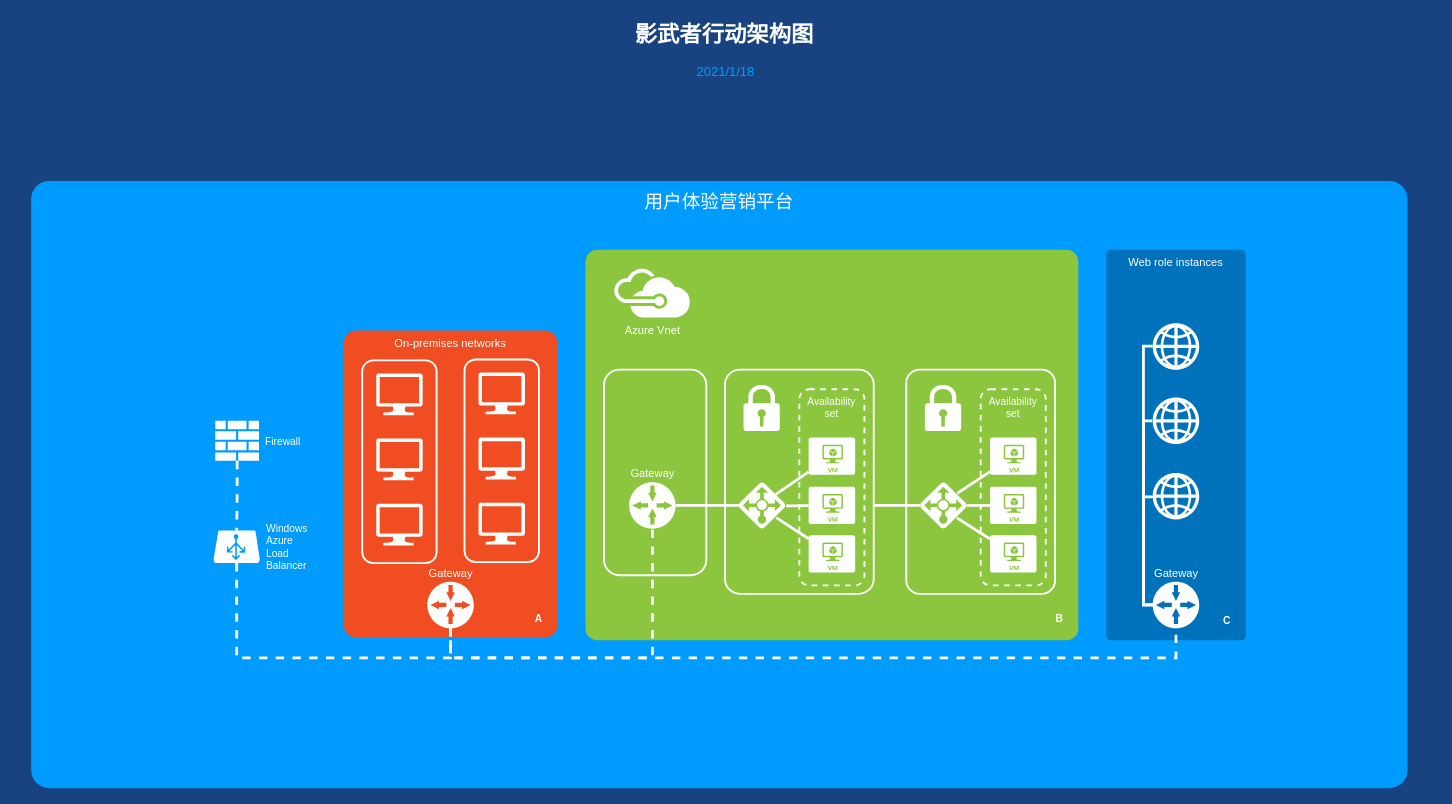
The draw.io diagram resources/Untitled Diagram.drawio in WeideMo/drawsPool, before the edit. Source tidied: cells renumbered, new cells numbered last; positions are measured from the earlier drawing's top-left corner, leaving out a move shared by most shapes. Both pictures are drawn from the tidied source at 93%, with x=0, y=0 at pixel (16, 16). Pictures stored in the file or linked from it are replaced by grey dashed boxes.
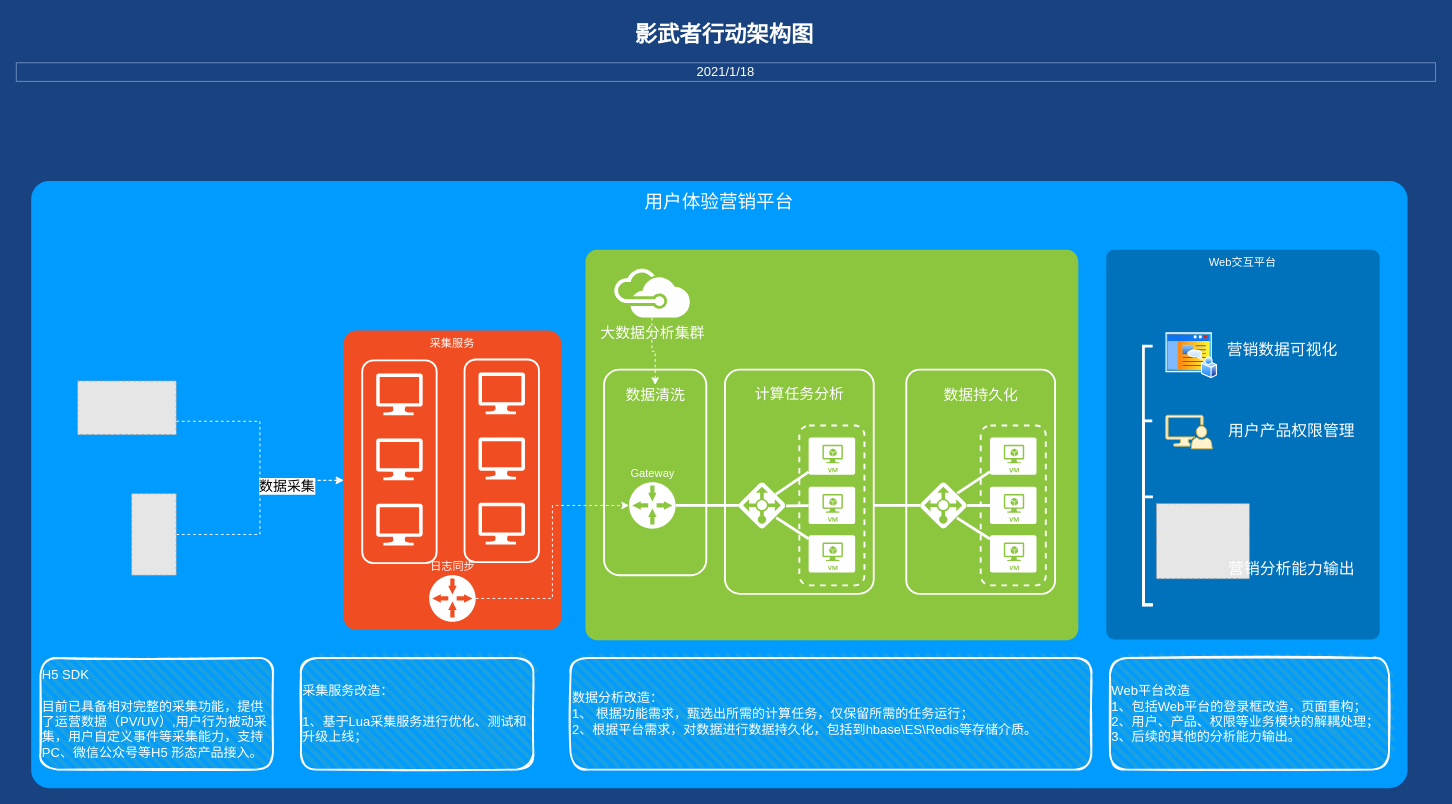
The same page after the edit.

Unchanged cells that the change refers to:
```xml
<mxCell id="14" value="Gateway" style="shadow=0;dashed=0;html=1;strokeColor=none;shape=mxgraph.mscae.enterprise.gateway;fillColor=#FFFFFF;rounded=0;fontSize=12;fontColor=#FFFFFF;align=center;labelPosition=center;verticalLabelPosition=top;verticalAlign=bottom;" parent="1" vertex="1">
  <mxGeometry x="659" y="501" width="50" height="50" as="geometry" />
</mxCell>
```

Change to the diagram source:
```diff
@@
-    <mxCell id="3" value="Web role instances" style="rounded=1;whiteSpace=wrap;html=1;shadow=0;strokeWidth=2;fillColor=#0072BC;fontSize=12;fontColor=#FFFFFF;align=center;strokeColor=none;arcSize=3;verticalAlign=top;" parent="1" vertex="1">
-      <mxGeometry x="1172" y="251" width="150" height="420" as="geometry" />
+    <mxCell id="3" value="Web交互平台" style="rounded=1;whiteSpace=wrap;html=1;shadow=0;strokeWidth=2;fillColor=#0072BC;fontSize=12;fontColor=#FFFFFF;align=center;strokeColor=none;arcSize=3;verticalAlign=top;" parent="1" vertex="1">
+      <mxGeometry x="1172" y="251" width="294" height="419" as="geometry" />
     </mxCell>
@@
-    <mxCell id="6" value="Availability set" style="rounded=1;whiteSpace=wrap;html=1;shadow=0;strokeWidth=2;fillColor=none;fontSize=11;fontColor=#FFFFFF;align=center;strokeColor=#FFFFFF;dashed=1;verticalAlign=top;" parent="1" vertex="1">
-      <mxGeometry x="842" y="401" width="70" height="211" as="geometry" />
+    <mxCell id="6" style="rounded=1;whiteSpace=wrap;html=1;shadow=0;strokeWidth=2;fillColor=none;fontSize=11;fontColor=#FFFFFF;align=center;strokeColor=#FFFFFF;dashed=1;verticalAlign=top;" parent="1" vertex="1">
+      <mxGeometry x="842" y="440" width="70" height="172" as="geometry" />
     </mxCell>
-    <mxCell id="7" value="On-premises networks" style="rounded=1;whiteSpace=wrap;html=1;shadow=0;strokeWidth=2;fillColor=#F04D22;fontSize=12;fontColor=#FFFFFF;align=center;strokeColor=none;arcSize=6;verticalAlign=top;" parent="1" vertex="1">
-      <mxGeometry x="352" y="338" width="230" height="330" as="geometry" />
+    <mxCell id="7" value="采集服务" style="rounded=1;whiteSpace=wrap;html=1;shadow=0;strokeWidth=2;fillColor=#F04D22;fontSize=12;fontColor=#FFFFFF;align=center;strokeColor=none;arcSize=6;verticalAlign=top;" parent="1" vertex="1">
+      <mxGeometry x="352" y="338" width="234" height="322" as="geometry" />
     </mxCell>
@@
-    <mxCell id="15" style="shadow=0;dashed=0;html=1;strokeColor=none;shape=mxgraph.mscae.enterprise.lock;fillColor=#FFFFFF;rounded=0;fontSize=12;fontColor=#000000;align=center;" parent="1" vertex="1">
-      <mxGeometry x="782" y="396" width="39" height="50" as="geometry" />
-    </mxCell>
@@
+    <mxCell id="58" style="edgeStyle=orthogonalEdgeStyle;rounded=0;jettySize=auto;html=1;dashed=1;strokeColor=#FFFFFF;" parent="1" edge="1" source="23" target="66">
+      <mxGeometry relative="1" as="geometry" />
+    </mxCell>
-    <mxCell id="23" value="Azure Vnet" style="shadow=0;dashed=0;html=1;strokeColor=none;fillColor=#FFFFFF;labelPosition=center;verticalLabelPosition=bottom;verticalAlign=top;shape=mxgraph.office.clouds.azure;rounded=1;fontSize=12;fontColor=#FFFFFF;align=center;" parent="1" vertex="1">
+    <mxCell id="23" value="&lt;font style=&quot;font-size: 16px&quot;&gt;大数据分析集群&lt;/font&gt;" style="shadow=0;dashed=0;html=1;strokeColor=none;fillColor=#FFFFFF;labelPosition=center;verticalLabelPosition=bottom;verticalAlign=top;shape=mxgraph.office.clouds.azure;rounded=1;fontSize=12;fontColor=#FFFFFF;align=center;" parent="1" vertex="1">
       <mxGeometry x="642" y="271" width="83" height="53" as="geometry" />
     </mxCell>
@@
-    <mxCell id="28" style="edgeStyle=orthogonalEdgeStyle;html=1;startArrow=none;startFill=0;startSize=10;endArrow=none;endFill=0;endSize=10;strokeWidth=3;fontSize=11;fontColor=#FFFFFF;strokeColor=#FFFFFF;dashed=1;rounded=0;" parent="1" edge="1" source="29" target="14">
-      <mxGeometry relative="1" as="geometry">
-        <Array as="points">
-          <mxPoint x="467" y="690" />
-          <mxPoint x="684" y="690" />
-        </Array>
-      </mxGeometry>
-    </mxCell>
-    <mxCell id="29" value="Gateway" style="shadow=0;dashed=0;html=1;strokeColor=none;shape=mxgraph.mscae.enterprise.gateway;fillColor=#FFFFFF;rounded=0;fontSize=12;fontColor=#FFFFFF;align=center;labelPosition=center;verticalLabelPosition=top;verticalAlign=bottom;" parent="1" vertex="1">
-      <mxGeometry x="442" y="608" width="50" height="50" as="geometry" />
-    </mxCell>
@@
-    <mxCell id="31" value="&lt;span&gt;Availability set&lt;/span&gt;" style="rounded=1;whiteSpace=wrap;html=1;shadow=0;strokeWidth=2;fillColor=none;fontSize=11;fontColor=#FFFFFF;align=center;strokeColor=#FFFFFF;dashed=1;verticalAlign=top;" parent="1" vertex="1">
-      <mxGeometry x="1037" y="401" width="70" height="211" as="geometry" />
+    <mxCell id="31" style="rounded=1;whiteSpace=wrap;html=1;shadow=0;strokeWidth=2;fillColor=none;fontSize=11;fontColor=#FFFFFF;align=center;strokeColor=#FFFFFF;dashed=1;verticalAlign=top;" parent="1" vertex="1">
+      <mxGeometry x="1037" y="440" width="70" height="172" as="geometry" />
     </mxCell>
-    <mxCell id="32" style="shadow=0;dashed=0;html=1;strokeColor=none;shape=mxgraph.mscae.enterprise.lock;fillColor=#FFFFFF;rounded=0;fontSize=12;fontColor=#000000;align=center;" parent="1" vertex="1">
-      <mxGeometry x="977" y="396" width="39" height="50" as="geometry" />
-    </mxCell>
@@
-    <mxCell id="41" style="edgeStyle=orthogonalEdgeStyle;html=1;startArrow=none;startFill=0;startSize=10;endArrow=none;endFill=0;endSize=10;strokeWidth=3;fontSize=11;fontColor=#FFFFFF;strokeColor=#FFFFFF;dashed=1;rounded=0;" parent="1" edge="1" source="42" target="45">
-      <mxGeometry relative="1" as="geometry" />
-    </mxCell>
-    <mxCell id="42" value="Firewall" style="shadow=0;dashed=0;html=1;strokeColor=none;labelPosition=right;verticalLabelPosition=middle;verticalAlign=middle;shape=mxgraph.office.concepts.firewall;fillColor=#FFFFFF;rounded=1;fontSize=11;fontColor=#FFFFFF;align=left;spacingLeft=5;" parent="1" vertex="1">
-      <mxGeometry x="214" y="435" width="47" height="43" as="geometry" />
-    </mxCell>
-    <mxCell id="43" style="edgeStyle=orthogonalEdgeStyle;html=1;startArrow=none;startFill=0;startSize=10;endArrow=none;endFill=0;endSize=10;strokeWidth=3;fontSize=11;fontColor=#FFFFFF;strokeColor=#FFFFFF;dashed=1;rounded=0;" parent="1" edge="1" source="29" target="51">
-      <mxGeometry relative="1" as="geometry">
-        <Array as="points">
-          <mxPoint x="467" y="690" />
-          <mxPoint x="1247" y="690" />
-        </Array>
-      </mxGeometry>
-    </mxCell>
-    <mxCell id="44" style="edgeStyle=orthogonalEdgeStyle;html=1;startArrow=none;startFill=0;startSize=10;endArrow=none;endFill=0;endSize=10;strokeWidth=3;fontSize=11;fontColor=#FFFFFF;strokeColor=#FFFFFF;dashed=1;rounded=0;" parent="1" edge="1" source="45" target="29">
-      <mxGeometry relative="1" as="geometry">
-        <Array as="points">
-          <mxPoint x="237" y="690" />
-          <mxPoint x="467" y="690" />
-        </Array>
-      </mxGeometry>
-    </mxCell>
-    <mxCell id="45" value="Windows&lt;div&gt;Azure&lt;/div&gt;&lt;div&gt;Load&lt;/div&gt;&lt;div&gt;Balancer&lt;/div&gt;" style="verticalLabelPosition=middle;html=1;verticalAlign=middle;strokeColor=none;fillColor=#FFFFFF;shape=mxgraph.azure.azure_load_balancer;rounded=1;shadow=0;dashed=1;fontSize=11;fontColor=#FFFFFF;align=left;labelPosition=right;spacingLeft=5;" parent="1" vertex="1">
-      <mxGeometry x="212" y="553" width="50" height="35" as="geometry" />
-    </mxCell>
-    <mxCell id="46" style="shadow=0;dashed=0;html=1;strokeColor=none;shape=mxgraph.mscae.enterprise.web;fillColor=#FFFFFF;rounded=1;fontSize=11;fontColor=#FFFFFF;align=center;" parent="1" vertex="1">
-      <mxGeometry x="1222" y="491" width="50" height="50" as="geometry" />
-    </mxCell>
-    <mxCell id="47" style="shadow=0;dashed=0;html=1;strokeColor=none;shape=mxgraph.mscae.enterprise.web;fillColor=#FFFFFF;rounded=1;fontSize=11;fontColor=#FFFFFF;align=center;" parent="1" vertex="1">
-      <mxGeometry x="1222" y="410" width="50" height="50" as="geometry" />
-    </mxCell>
-    <mxCell id="48" style="shadow=0;dashed=0;html=1;strokeColor=none;shape=mxgraph.mscae.enterprise.web;fillColor=#FFFFFF;rounded=1;fontSize=11;fontColor=#FFFFFF;align=center;" parent="1" vertex="1">
-      <mxGeometry x="1222" y="330" width="50" height="50" as="geometry" />
-    </mxCell>
-    <mxCell id="49" style="edgeStyle=orthogonalEdgeStyle;rounded=0;elbow=vertical;html=1;startArrow=none;startFill=0;startSize=10;endArrow=none;endFill=0;endSize=10;strokeColor=#FFFFFF;strokeWidth=3;fontSize=20;fontColor=#FFFFFF;entryX=0.004;entryY=0.516;entryPerimeter=0;" parent="1" edge="1" source="51" target="46">
+    <mxCell id="49" style="edgeStyle=orthogonalEdgeStyle;rounded=0;elbow=vertical;html=1;startArrow=none;startFill=0;startSize=10;endArrow=none;endFill=0;endSize=10;strokeColor=#FFFFFF;strokeWidth=3;fontSize=20;fontColor=#FFFFFF;entryX=0.004;entryY=0.516;entryPerimeter=0;" parent="1" edge="1">
       <mxGeometry relative="1" as="geometry">
+        <mxPoint x="1222" y="633" as="sourcePoint" />
+        <mxPoint x="1222.2" y="516.8" as="targetPoint" />
         <Array as="points">
           <mxPoint x="1212" y="633" />
           <mxPoint x="1212" y="517" />
         </Array>
       </mxGeometry>
     </mxCell>
-    <mxCell id="50" style="edgeStyle=orthogonalEdgeStyle;rounded=0;elbow=vertical;html=1;entryX=-0.002;entryY=0.494;entryPerimeter=0;startArrow=none;startFill=0;startSize=10;endArrow=none;endFill=0;endSize=10;strokeColor=#FFFFFF;strokeWidth=3;fontSize=20;fontColor=#FFFFFF;" parent="1" edge="1" source="51" target="48">
+    <mxCell id="50" style="edgeStyle=orthogonalEdgeStyle;rounded=0;elbow=vertical;html=1;entryX=-0.002;entryY=0.494;entryPerimeter=0;startArrow=none;startFill=0;startSize=10;endArrow=none;endFill=0;endSize=10;strokeColor=#FFFFFF;strokeWidth=3;fontSize=20;fontColor=#FFFFFF;" parent="1" edge="1">
       <mxGeometry relative="1" as="geometry">
+        <mxPoint x="1222" y="633" as="sourcePoint" />
+        <mxPoint x="1221.9" y="354.7" as="targetPoint" />
         <Array as="points">
           <mxPoint x="1212" y="633" />
           <mxPoint x="1212" y="355" />
         </Array>
       </mxGeometry>
     </mxCell>
-    <mxCell id="51" value="Gateway" style="shadow=0;dashed=0;html=1;strokeColor=none;shape=mxgraph.mscae.enterprise.gateway;fillColor=#FFFFFF;rounded=0;fontSize=12;fontColor=#FFFFFF;align=center;labelPosition=center;verticalLabelPosition=top;verticalAlign=bottom;" parent="1" vertex="1">
-      <mxGeometry x="1222" y="608" width="50" height="50" as="geometry" />
-    </mxCell>
-    <mxCell id="52" value="A" style="text;html=1;strokeColor=none;fillColor=none;align=center;verticalAlign=middle;whiteSpace=wrap;rounded=1;shadow=0;fontSize=11;fontColor=#FFFFFF;fontStyle=1;" parent="1" vertex="1">
-      <mxGeometry x="552" y="638" width="20" height="20" as="geometry" />
-    </mxCell>
-    <mxCell id="53" value="B" style="text;html=1;strokeColor=none;fillColor=none;align=center;verticalAlign=middle;whiteSpace=wrap;rounded=1;shadow=0;fontSize=11;fontColor=#FFFFFF;fontStyle=1;" parent="1" vertex="1">
-      <mxGeometry x="1112" y="638" width="20" height="20" as="geometry" />
-    </mxCell>
-    <mxCell id="54" value="C" style="text;html=1;strokeColor=none;fillColor=none;align=center;verticalAlign=middle;whiteSpace=wrap;rounded=1;shadow=0;fontSize=11;fontColor=#FFFFFF;fontStyle=1;" parent="1" vertex="1">
-      <mxGeometry x="1292" y="640" width="20" height="20" as="geometry" />
-    </mxCell>
@@
-    <mxCell id="56" value="&lt;font style=&quot;font-size: 14px&quot;&gt;2021/1/18&lt;/font&gt;" style="text;html=1;strokeColor=none;fillColor=none;align=center;verticalAlign=middle;whiteSpace=wrap;rounded=0;shadow=0;fontSize=10;fontColor=#009BFF;" parent="1" vertex="1">
+    <mxCell id="56" value="&lt;font style=&quot;font-size: 14px&quot; color=&quot;#ffffff&quot;&gt;2021/1/18&lt;/font&gt;" style="text;html=1;align=center;verticalAlign=middle;whiteSpace=wrap;rounded=0;shadow=0;fontSize=10;strokeColor=#6c8ebf;" parent="1" vertex="1">
       <mxGeometry y="50" width="1526" height="20" as="geometry" />
     </mxCell>
-    <mxCell id="57" style="edgeStyle=orthogonalEdgeStyle;rounded=0;elbow=vertical;html=1;startArrow=none;startFill=0;startSize=10;endArrow=none;endFill=0;endSize=10;strokeColor=#FFFFFF;strokeWidth=3;fontSize=20;fontColor=#FFFFFF;entryX=-0.009;entryY=0.502;entryPerimeter=0;" parent="1" edge="1" source="51" target="47">
+    <mxCell id="57" style="edgeStyle=orthogonalEdgeStyle;rounded=0;elbow=vertical;html=1;startArrow=none;startFill=0;startSize=10;endArrow=none;endFill=0;endSize=10;strokeColor=#FFFFFF;strokeWidth=3;fontSize=20;fontColor=#FFFFFF;entryX=-0.009;entryY=0.502;entryPerimeter=0;" parent="1" edge="1">
       <mxGeometry relative="1" as="geometry">
+        <mxPoint x="1222" y="633" as="sourcePoint" />
+        <mxPoint x="1221.5" y="435.1" as="targetPoint" />
         <Array as="points">
           <mxPoint x="1212" y="633" />
           <mxPoint x="1212" y="435" />
         </Array>
       </mxGeometry>
     </mxCell>
+    <mxCell id="59" style="edgeStyle=orthogonalEdgeStyle;rounded=0;jettySize=auto;html=1;exitX=1;exitY=0.75;exitDx=0;exitDy=0;dashed=1;strokeColor=#FFFFFF;" parent="1" edge="1" source="60" target="7">
+      <mxGeometry relative="1" as="geometry" />
+    </mxCell>
+    <mxCell id="60" style="fillColor=#E6E6E6;strokeColor=#999999;dashed=1;verticalLabelPosition=bottom;labelBackgroundColor=#ffffff;verticalAlign=top;" parent="1" vertex="1">
+      <mxGeometry x="66" y="392.1" width="106" height="57.8" as="geometry" />
+    </mxCell>
+    <mxCell id="61" style="edgeStyle=orthogonalEdgeStyle;rounded=0;jettySize=auto;html=1;entryX=0;entryY=0.5;entryDx=0;entryDy=0;dashed=1;strokeColor=#FFFFFF;" parent="1" edge="1" source="63" target="7">
+      <mxGeometry relative="1" as="geometry" />
+    </mxCell>
+    <mxCell id="62" value="&lt;font style=&quot;font-size: 15px&quot;&gt;数据采集&lt;/font&gt;" style="edgeLabel;html=1;align=center;verticalAlign=middle;" parent="61" vertex="1">
+      <mxGeometry x="0.49" y="-5" relative="1" as="geometry" />
+    </mxCell>
+    <mxCell id="63" style="fillColor=#E6E6E6;strokeColor=#999999;dashed=1;verticalLabelPosition=bottom;labelBackgroundColor=#ffffff;verticalAlign=top;" parent="1" vertex="1">
+      <mxGeometry x="124" y="513.3" width="48" height="87.7" as="geometry" />
+    </mxCell>
+    <mxCell id="64" style="edgeStyle=orthogonalEdgeStyle;rounded=0;jettySize=auto;html=1;dashed=1;strokeColor=#FFFFFF;entryX=0;entryY=0.5;entryDx=0;entryDy=0;entryPerimeter=0;" parent="1" edge="1" source="65" target="14">
+      <mxGeometry relative="1" as="geometry" />
+    </mxCell>
+    <mxCell id="65" value="日志同步" style="shadow=0;dashed=0;html=1;strokeColor=none;shape=mxgraph.mscae.enterprise.gateway;fillColor=#FFFFFF;rounded=0;fontSize=12;fontColor=#FFFFFF;align=center;labelPosition=center;verticalLabelPosition=top;verticalAlign=bottom;" parent="1" vertex="1">
+      <mxGeometry x="444" y="601" width="50" height="50" as="geometry" />
+    </mxCell>
+    <mxCell id="66" value="&lt;font color=&quot;#ffffff&quot; style=&quot;font-size: 16px&quot;&gt;数据清洗&lt;/font&gt;" style="text;html=1;align=center;verticalAlign=middle;points=[];fillColor=none;strokeColor=none;rounded=0;" parent="1" vertex="1">
+      <mxGeometry x="647" y="396.5" width="80" height="20" as="geometry" />
+    </mxCell>
+    <mxCell id="67" value="&lt;font color=&quot;#ffffff&quot;&gt;&lt;span style=&quot;font-size: 16px&quot;&gt;计算任务分析&lt;/span&gt;&lt;/font&gt;" style="text;html=1;align=center;verticalAlign=middle;fillColor=none;strokeColor=none;rounded=0;" parent="1" vertex="1">
+      <mxGeometry x="787" y="395.5" width="110" height="20" as="geometry" />
+    </mxCell>
+    <mxCell id="68" value="&lt;font color=&quot;#ffffff&quot;&gt;&lt;span style=&quot;font-size: 16px&quot;&gt;数据持久化&lt;/span&gt;&lt;/font&gt;" style="text;html=1;align=center;verticalAlign=middle;fillColor=none;strokeColor=none;rounded=0;" parent="1" vertex="1">
+      <mxGeometry x="987" y="396.5" width="100" height="20" as="geometry" />
+    </mxCell>
+    <mxCell id="69" style="perimeter=ellipsePerimeter;html=1;align=center;shadow=0;dashed=0;spacingTop=3;image;image=img/lib/active_directory/home_page.svg;" parent="1" vertex="1">
+      <mxGeometry x="1236" y="340" width="55.6" height="50" as="geometry" />
+    </mxCell>
+    <mxCell id="70" style="shadow=0;dashed=0;html=1;strokeColor=#d6b656;labelPosition=center;verticalLabelPosition=bottom;verticalAlign=top;align=center;fillColor=#fff2cc;shape=mxgraph.mscae.system_center.admin_console;" parent="1" vertex="1">
+      <mxGeometry x="1236" y="429" width="50" height="36" as="geometry" />
+    </mxCell>
+    <mxCell id="71" style="fillColor=#E6E6E6;strokeColor=#999999;dashed=1;verticalLabelPosition=bottom;labelBackgroundColor=#ffffff;verticalAlign=top;" parent="1" vertex="1">
+      <mxGeometry x="1226" y="524" width="100" height="80.8" as="geometry" />
+    </mxCell>
+    <mxCell id="72" value="&lt;font color=&quot;#ffffff&quot; style=&quot;font-size: 17px&quot;&gt;营销数据可视化&lt;/font&gt;" style="text;html=1;align=center;verticalAlign=middle;fillColor=none;strokeColor=none;rounded=0;" parent="1" vertex="1">
+      <mxGeometry x="1296" y="350" width="130" height="20" as="geometry" />
+    </mxCell>
+    <mxCell id="73" value="&lt;font color=&quot;#ffffff&quot; style=&quot;font-size: 17px&quot;&gt;用户产品权限管理&lt;/font&gt;" style="text;html=1;align=center;verticalAlign=middle;fillColor=none;strokeColor=none;rounded=0;" parent="1" vertex="1">
+      <mxGeometry x="1296" y="437" width="150" height="20" as="geometry" />
+    </mxCell>
+    <mxCell id="74" value="&lt;font color=&quot;#ffffff&quot;&gt;&lt;span style=&quot;font-size: 17px&quot;&gt;营销分析能力输出&lt;/span&gt;&lt;/font&gt;" style="text;html=1;align=center;verticalAlign=middle;fillColor=none;strokeColor=none;rounded=0;" parent="1" vertex="1">
+      <mxGeometry x="1296" y="584.8" width="150" height="20" as="geometry" />
+    </mxCell>
+    <mxCell id="75" value="&lt;font color=&quot;#ffffff&quot; style=&quot;font-size: 14px&quot;&gt;H5 SDK&lt;br&gt;&lt;br&gt;目前已具备相对完整的采集功能，提供了运营数据（PV/UV）,用户行为被动采集，用户自定义事件等采集能力，支持PC、微信公众号等H5 形态产品接入。&lt;/font&gt;" style="rounded=1;whiteSpace=wrap;html=1;strokeWidth=2;fillWeight=4;hachureGap=8;hachureAngle=45;fillColor=#1ba1e2;sketch=1;strokeColor=#FFFFFF;align=left;" parent="1" vertex="1">
+      <mxGeometry x="26" y="690" width="250" height="120" as="geometry" />
+    </mxCell>
+    <mxCell id="76" value="&lt;font style=&quot;font-size: 14px&quot;&gt;&lt;font color=&quot;#ffffff&quot; style=&quot;font-size: 14px&quot;&gt;采集服务改造：&lt;br&gt;&lt;br&gt;&lt;/font&gt;&lt;span style=&quot;color: rgb(255 , 255 , 255)&quot;&gt;1、基于Lua采集服务进行优化、测试和升级上线；&lt;/span&gt;&lt;/font&gt;" style="rounded=1;whiteSpace=wrap;html=1;strokeWidth=2;fillWeight=4;hachureGap=8;hachureAngle=45;fillColor=#1ba1e2;sketch=1;strokeColor=#FFFFFF;align=left;" parent="1" vertex="1">
+      <mxGeometry x="306" y="690" width="250" height="120" as="geometry" />
+    </mxCell>
+    <mxCell id="77" value="&lt;font color=&quot;#ffffff&quot;&gt;&lt;span style=&quot;font-size: 14px&quot;&gt;数据分析改造：&lt;br&gt;1、 根据功能需求，甄选出所需的计算任务，仅保留所需的任务运行；&lt;br&gt;2、根据平台需求，对数据进行数据持久化，包括到hbase\ES\Redis等存储介质。&lt;br&gt;&lt;/span&gt;&lt;/font&gt;" style="rounded=1;whiteSpace=wrap;html=1;strokeWidth=2;fillWeight=4;hachureGap=8;hachureAngle=45;fillColor=#1ba1e2;sketch=1;strokeColor=#FFFFFF;align=left;" parent="1" vertex="1">
+      <mxGeometry x="596" y="690" width="560" height="120" as="geometry" />
+    </mxCell>
+    <mxCell id="78" value="&lt;font color=&quot;#ffffff&quot;&gt;&lt;span style=&quot;font-size: 14px&quot;&gt;Web平台改造&lt;br&gt;1、包括Web平台的登录框改造，页面重构；&lt;br&gt;2、用户、产品、权限等业务模块的解耦处理；&lt;br&gt;3、后续的其他的分析能力输出。&lt;br&gt;&lt;/span&gt;&lt;/font&gt;" style="rounded=1;whiteSpace=wrap;html=1;strokeWidth=2;fillWeight=4;hachureGap=8;hachureAngle=45;fillColor=#1ba1e2;sketch=1;strokeColor=#FFFFFF;align=left;" parent="1" vertex="1">
+      <mxGeometry x="1176" y="690" width="300" height="120" as="geometry" />
+    </mxCell>
```
